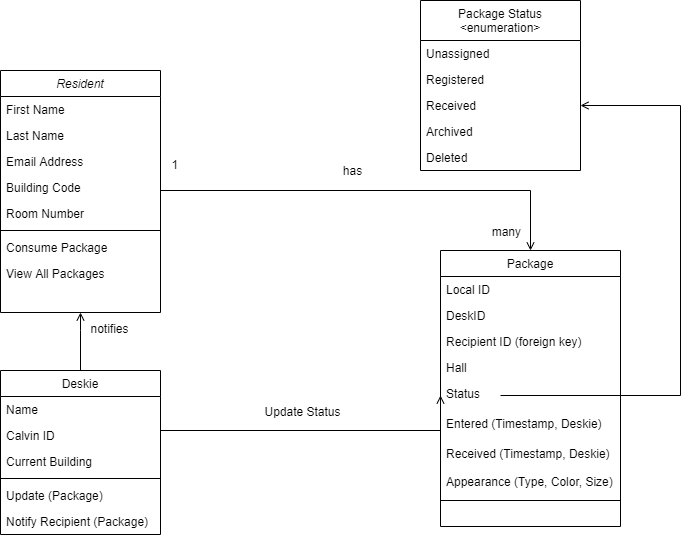
Earlier version of the draw.io export images/DomainModel.png (calvin-cs262-fall2020-teamA/Project). Source tidied: cells renumbered, new cells last; positions are measured from the earlier drawing's top-left corner, leaving out a move shared by most shapes.
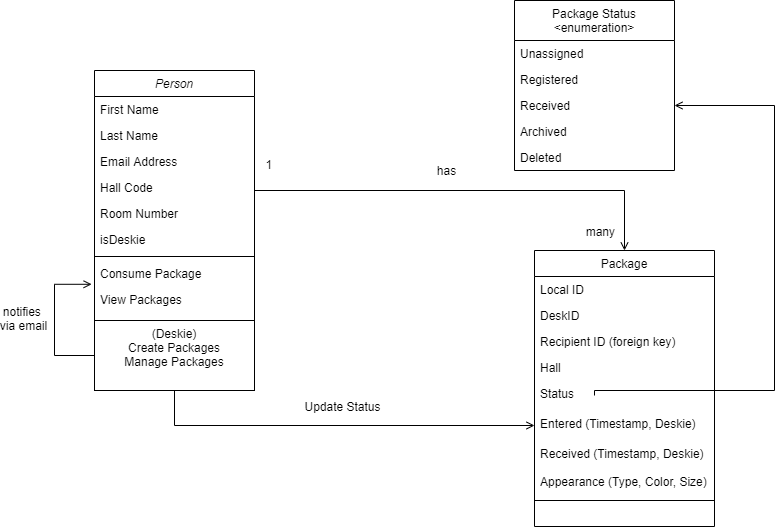
The same diagram one commit later.

Commit message:
update Domain Model

Diff of the diagram source:
```diff
@@ -2,10 +2,10 @@
   <root>
     <mxCell id="0" />
     <mxCell id="1" parent="0" />
-    <mxCell id="2" style="endArrow=open;shadow=0;strokeWidth=1;rounded=0;endFill=1;edgeStyle=elbowEdgeStyle;elbow=vertical;exitX=1;exitY=0.5;exitDx=0;exitDy=0;entryX=0;entryY=0.5;entryDx=0;entryDy=0;" parent="1" edge="1" source="26" target="19">
+    <mxCell id="2" style="endArrow=open;shadow=0;strokeWidth=1;rounded=0;endFill=1;edgeStyle=elbowEdgeStyle;elbow=vertical;entryX=0;entryY=0.5;entryDx=0;entryDy=0;exitX=0.5;exitY=1;exitDx=0;exitDy=0;" parent="1" edge="1" source="44" target="20">
       <mxGeometry x="0.5" y="41" relative="1" as="geometry">
         <Array as="points">
-          <mxPoint x="220" y="430" />
+          <mxPoint x="260" y="425" />
           <mxPoint x="340" y="377" />
           <mxPoint x="270" y="320" />
           <mxPoint x="330" y="320" />
@@ -89,29 +89,8 @@
     <mxCell id="23" style="line;html=1;strokeWidth=1;align=left;verticalAlign=middle;spacingTop=-1;spacingLeft=3;spacingRight=3;labelPosition=right;" parent="14" vertex="1">
       <mxGeometry y="246" width="180" height="8" as="geometry" />
     </mxCell>
-    <mxCell id="24" value="Deskie" style="swimlane;fontStyle=0;align=center;verticalAlign=top;horizontal=1;startSize=26;rounded=0;shadow=0;strokeWidth=1;" parent="1" vertex="1">
-      <mxGeometry y="370" width="160" height="164" as="geometry" />
-    </mxCell>
-    <mxCell id="25" value="Name" style="text;align=left;verticalAlign=top;spacingLeft=4;spacingRight=4;overflow=hidden;" parent="24" vertex="1">
-      <mxGeometry y="26" width="160" height="26" as="geometry" />
-    </mxCell>
-    <mxCell id="26" value="Calvin ID" style="text;align=left;verticalAlign=top;spacingLeft=4;spacingRight=4;overflow=hidden;points=[[0,0.5],[1,0.5]];portConstraint=eastwest;" parent="24" vertex="1">
-      <mxGeometry y="52" width="160" height="26" as="geometry" />
-    </mxCell>
-    <mxCell id="27" value="Current Building" style="text;align=left;verticalAlign=top;spacingLeft=4;spacingRight=4;overflow=hidden;" parent="24" vertex="1">
-      <mxGeometry y="78" width="160" height="26" as="geometry" />
-    </mxCell>
-    <mxCell id="28" style="line;html=1;strokeWidth=1;align=left;verticalAlign=middle;spacingTop=-1;spacingLeft=3;spacingRight=3;labelPosition=right;" parent="24" vertex="1">
-      <mxGeometry y="104" width="160" height="8" as="geometry" />
-    </mxCell>
-    <mxCell id="29" value="Update (Package)" style="text;align=left;verticalAlign=top;spacingLeft=4;spacingRight=4;overflow=hidden;" parent="24" vertex="1">
-      <mxGeometry y="112" width="160" height="26" as="geometry" />
-    </mxCell>
-    <mxCell id="30" value="Notify Recipient (Package)" style="text;align=left;verticalAlign=top;spacingLeft=4;spacingRight=4;overflow=hidden;" parent="24" vertex="1">
-      <mxGeometry y="138" width="160" height="26" as="geometry" />
-    </mxCell>
-    <mxCell id="31" value="Resident" style="swimlane;fontStyle=2;align=center;verticalAlign=top;horizontal=1;startSize=26;rounded=0;shadow=0;strokeWidth=1;" parent="1" vertex="1">
-      <mxGeometry y="70" width="160" height="242" as="geometry" />
+    <mxCell id="31" value="Person" style="swimlane;fontStyle=2;align=center;verticalAlign=top;horizontal=1;startSize=26;rounded=0;shadow=0;strokeWidth=1;" parent="1" vertex="1">
+      <mxGeometry y="70" width="160" height="250" as="geometry" />
     </mxCell>
     <mxCell id="32" value="First Name" style="text;align=left;verticalAlign=top;spacingLeft=4;spacingRight=4;overflow=hidden;" parent="31" vertex="1">
       <mxGeometry y="26" width="160" height="26" as="geometry" />
@@ -122,31 +101,26 @@
     <mxCell id="34" value="Email Address" style="text;align=left;verticalAlign=top;spacingLeft=4;spacingRight=4;overflow=hidden;rounded=0;shadow=0;html=0;" parent="31" vertex="1">
       <mxGeometry y="78" width="160" height="26" as="geometry" />
     </mxCell>
-    <mxCell id="35" value="Building Code" style="text;align=left;verticalAlign=top;spacingLeft=4;spacingRight=4;overflow=hidden;points=[[0,0.5],[1,0.5]];portConstraint=eastwest;rounded=0;shadow=0;html=0;" parent="31" vertex="1">
+    <mxCell id="35" value="Hall Code" style="text;align=left;verticalAlign=top;spacingLeft=4;spacingRight=4;overflow=hidden;points=[[0,0.5],[1,0.5]];portConstraint=eastwest;rounded=0;shadow=0;html=0;" parent="31" vertex="1">
       <mxGeometry y="104" width="160" height="26" as="geometry" />
     </mxCell>
     <mxCell id="36" value="Room Number" style="text;align=left;verticalAlign=top;spacingLeft=4;spacingRight=4;overflow=hidden;rounded=0;shadow=0;html=0;" parent="31" vertex="1">
       <mxGeometry y="130" width="160" height="26" as="geometry" />
     </mxCell>
+    <mxCell id="43" value="isDeskie" style="text;align=left;verticalAlign=top;spacingLeft=4;spacingRight=4;overflow=hidden;rounded=0;shadow=0;html=0;" parent="31" vertex="1">
+      <mxGeometry y="156" width="160" height="26" as="geometry" />
+    </mxCell>
     <mxCell id="37" style="line;html=1;strokeWidth=1;align=left;verticalAlign=middle;spacingTop=-1;spacingLeft=3;spacingRight=3;labelPosition=right;" parent="31" vertex="1">
-      <mxGeometry y="156" width="160" height="8" as="geometry" />
+      <mxGeometry y="182" width="160" height="8" as="geometry" />
     </mxCell>
     <mxCell id="38" value="Consume Package" style="text;align=left;verticalAlign=top;spacingLeft=4;spacingRight=4;overflow=hidden;points=[[0,0.5],[1,0.5]];portConstraint=eastwest;rounded=0;shadow=0;html=0;" parent="31" vertex="1">
-      <mxGeometry y="164" width="160" height="26" as="geometry" />
+      <mxGeometry y="190" width="160" height="26" as="geometry" />
     </mxCell>
-    <mxCell id="39" value="View All Packages" style="text;align=left;verticalAlign=top;spacingLeft=4;spacingRight=4;overflow=hidden;rounded=0;shadow=0;html=0;" parent="31" vertex="1">
-      <mxGeometry y="190" width="160" height="26" as="geometry" />
+    <mxCell id="39" value="View Packages" style="text;align=left;verticalAlign=top;spacingLeft=4;spacingRight=4;overflow=hidden;rounded=0;shadow=0;html=0;" parent="31" vertex="1">
+      <mxGeometry y="216" width="160" height="26" as="geometry" />
     </mxCell>
-    <mxCell id="40" style="endArrow=open;shadow=0;strokeWidth=1;rounded=0;endFill=1;edgeStyle=elbowEdgeStyle;elbow=vertical;entryX=0.5;entryY=1;entryDx=0;entryDy=0;exitX=0.5;exitY=0;exitDx=0;exitDy=0;" parent="1" edge="1" source="24" target="31">
-      <mxGeometry x="0.5" y="41" relative="1" as="geometry">
-        <Array as="points">
-          <mxPoint x="90" y="330" />
-        </Array>
-        <mxPoint x="-40" y="32" as="offset" />
-      </mxGeometry>
-    </mxCell>
-    <mxCell id="41" value="notifies" style="text;html=1;align=center;verticalAlign=middle;labelBackgroundColor=none;rounded=0;shadow=0;strokeWidth=1;fontSize=12;" parent="1" vertex="1">
-      <mxGeometry x="100" y="320" as="geometry">
+    <mxCell id="41" value="notifies &lt;br&gt;via email" style="text;html=1;align=center;verticalAlign=middle;labelBackgroundColor=none;rounded=0;shadow=0;strokeWidth=1;fontSize=12;" parent="1" vertex="1">
+      <mxGeometry x="-80" y="310" as="geometry">
         <mxPoint x="9" y="7" as="offset" />
       </mxGeometry>
     </mxCell>
@@ -154,12 +128,24 @@
       <mxGeometry x="0.5" y="41" relative="1" as="geometry">
         <mxPoint x="500" y="395" as="sourcePoint" />
         <Array as="points">
-          <mxPoint x="500" y="395" />
-          <mxPoint x="680" y="395" />
+          <mxPoint x="500" y="390" />
+          <mxPoint x="680" y="390" />
           <mxPoint x="680" y="105" />
         </Array>
         <mxPoint x="-40" y="32" as="offset" />
       </mxGeometry>
     </mxCell>
+    <mxCell id="44" value="&lt;span style=&quot;font-style: normal&quot;&gt;(Deskie)&lt;br&gt;Create Packages&lt;br&gt;Manage Packages&lt;br&gt;&lt;/span&gt;" style="whiteSpace=wrap;html=1;rounded=0;shadow=0;fontStyle=2;verticalAlign=top;strokeWidth=1;startSize=26;" parent="1" vertex="1">
+      <mxGeometry y="320" width="160" height="70" as="geometry" />
+    </mxCell>
+    <mxCell id="45" style="endArrow=open;shadow=0;strokeWidth=1;rounded=0;endFill=1;edgeStyle=elbowEdgeStyle;exitX=0;exitY=0.5;exitDx=0;exitDy=0;entryX=-0.018;entryY=0.915;entryDx=0;entryDy=0;entryPerimeter=0;" parent="1" edge="1" source="44" target="38">
+      <mxGeometry x="0.5" y="41" relative="1" as="geometry">
+        <Array as="points">
+          <mxPoint x="-40" y="320" />
+          <mxPoint x="-40" y="330" />
+        </Array>
+        <mxPoint x="-40" y="32" as="offset" />
+      </mxGeometry>
+    </mxCell>
   </root>
 </mxGraphModel>
```
